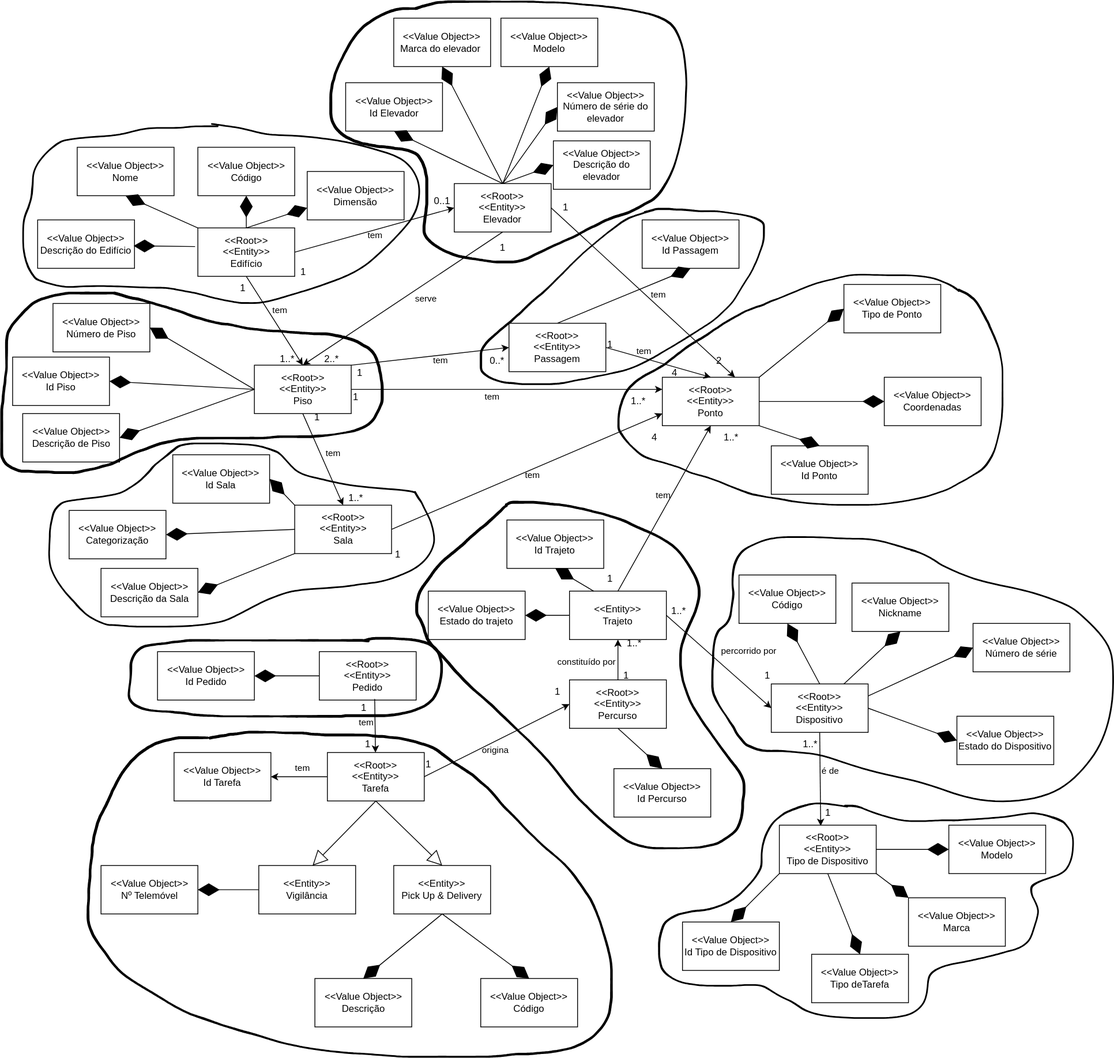
Before: docs/DM/DM.svg, a diagram exported from draw.io (SEM5PI2324G58/sem5pi_g58_23_24). Source tidied: cells renumbered, new cells last; positions are measured from the earlier drawing's top-left corner, leaving out a move shared by most shapes.
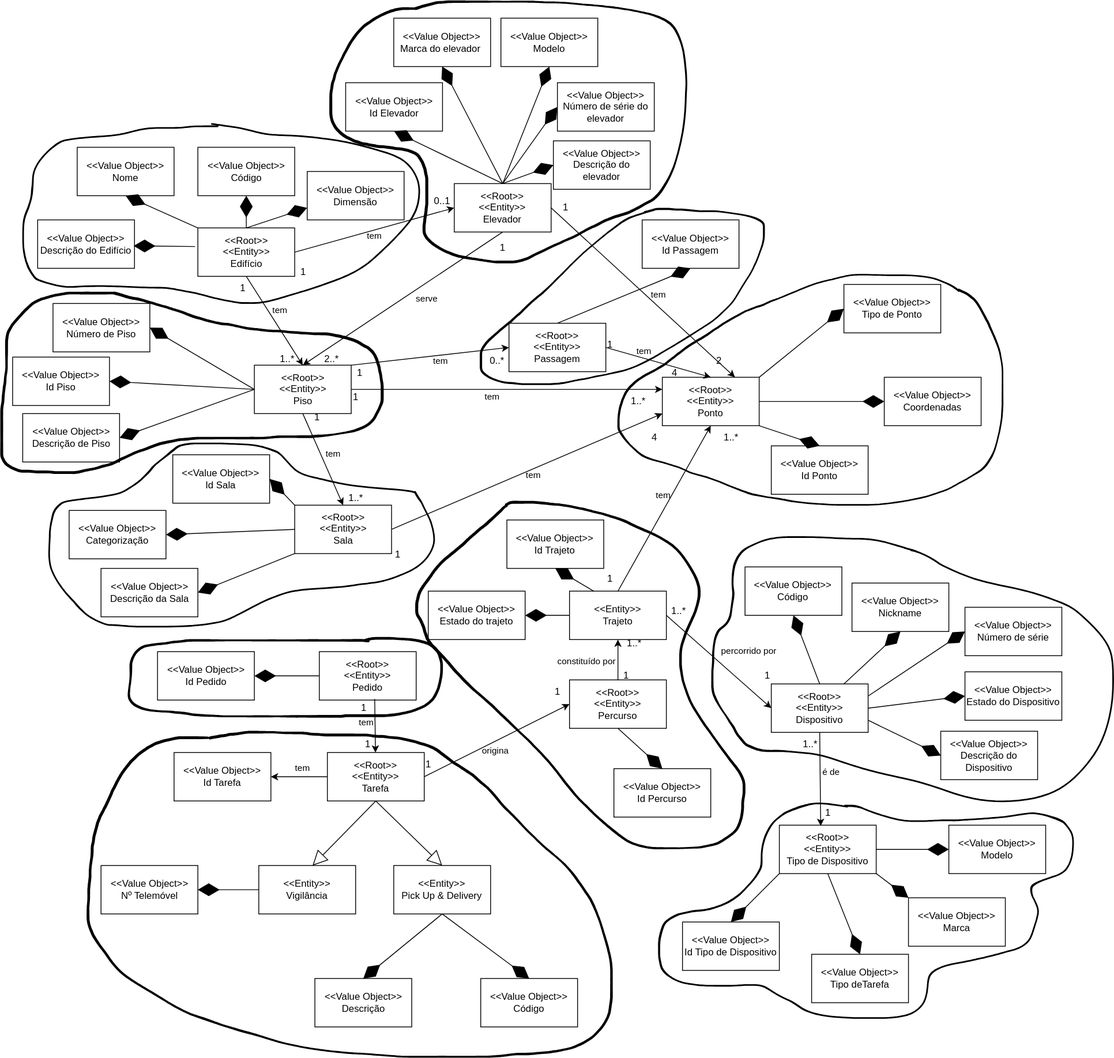
The same file after the commit.

Commit message:
[Design]Adição da Descrição do  Dispositivo

The edit, as a diff of the source:
```diff
@@ -232,13 +232,13 @@
       <mxGeometry x="795" y="527" width="30" height="30" as="geometry" />
     </mxCell>
     <mxCell id="71" value="&amp;lt;&amp;lt;Value Object&amp;gt;&amp;gt;&lt;br style=&quot;border-color: var(--border-color);&quot;&gt;Número de série" style="rounded=0;whiteSpace=wrap;html=1;" parent="1" vertex="1">
-      <mxGeometry x="1205" y="772" width="120" height="60" as="geometry" />
+      <mxGeometry x="1195" y="752" width="120" height="60" as="geometry" />
     </mxCell>
     <mxCell id="72" value="&amp;lt;&amp;lt;Value Object&amp;gt;&amp;gt;&lt;br style=&quot;border-color: var(--border-color);&quot;&gt;Nickname" style="rounded=0;whiteSpace=wrap;html=1;" parent="1" vertex="1">
       <mxGeometry x="1055" y="722" width="120" height="60" as="geometry" />
     </mxCell>
     <mxCell id="73" value="&amp;lt;&amp;lt;Value Object&amp;gt;&amp;gt;&lt;br style=&quot;border-color: var(--border-color);&quot;&gt;Código" style="rounded=0;whiteSpace=wrap;html=1;" parent="1" vertex="1">
-      <mxGeometry x="915" y="712" width="120" height="60" as="geometry" />
+      <mxGeometry x="922.5" y="702" width="120" height="60" as="geometry" />
     </mxCell>
     <mxCell id="74" style="endArrow=diamondThin;endFill=1;endSize=24;html=1;rounded=0;exitX=0.75;exitY=0;exitDx=0;exitDy=0;entryX=0.5;entryY=1;entryDx=0;entryDy=0;" parent="1" edge="1" source="6" target="72">
       <mxGeometry relative="1" as="geometry" />
@@ -307,7 +307,7 @@
       <mxGeometry x="760" y="822" width="30" height="30" as="geometry" />
     </mxCell>
     <mxCell id="96" value="&amp;lt;&amp;lt;Value Object&amp;gt;&amp;gt;&lt;br&gt;Estado do Dispositivo" style="rounded=0;whiteSpace=wrap;html=1;" parent="1" vertex="1">
-      <mxGeometry x="1185" y="887" width="120" height="60" as="geometry" />
+      <mxGeometry x="1195" y="832" width="120" height="60" as="geometry" />
     </mxCell>
     <mxCell id="97" style="endArrow=diamondThin;endFill=1;endSize=24;html=1;rounded=0;exitX=1;exitY=0.5;exitDx=0;exitDy=0;entryX=0;entryY=0.5;entryDx=0;entryDy=0;" parent="1" edge="1" source="6" target="96">
       <mxGeometry relative="1" as="geometry" />
@@ -495,5 +495,11 @@
     <mxCell id="156" style="shape=(stored shape, 11132 characters);lineShape=1;" parent="1" vertex="1">
       <mxGeometry x="815.2" y="994.5" width="514.3" height="267" as="geometry" />
     </mxCell>
+    <mxCell id="157" value="&amp;lt;&amp;lt;Value Object&amp;gt;&amp;gt;&lt;br&gt;Descrição do Dispositivo" style="rounded=0;whiteSpace=wrap;html=1;" parent="1" vertex="1">
+      <mxGeometry x="1165" y="905.6" width="120" height="60" as="geometry" />
+    </mxCell>
+    <mxCell id="158" style="endArrow=diamondThin;endFill=1;endSize=24;html=1;rounded=0;exitX=1;exitY=0.75;exitDx=0;exitDy=0;entryX=0;entryY=0.5;entryDx=0;entryDy=0;" parent="1" edge="1" source="6" target="157">
+      <mxGeometry relative="1" as="geometry" />
+    </mxCell>
   </root>
 </mxGraphModel>
```
